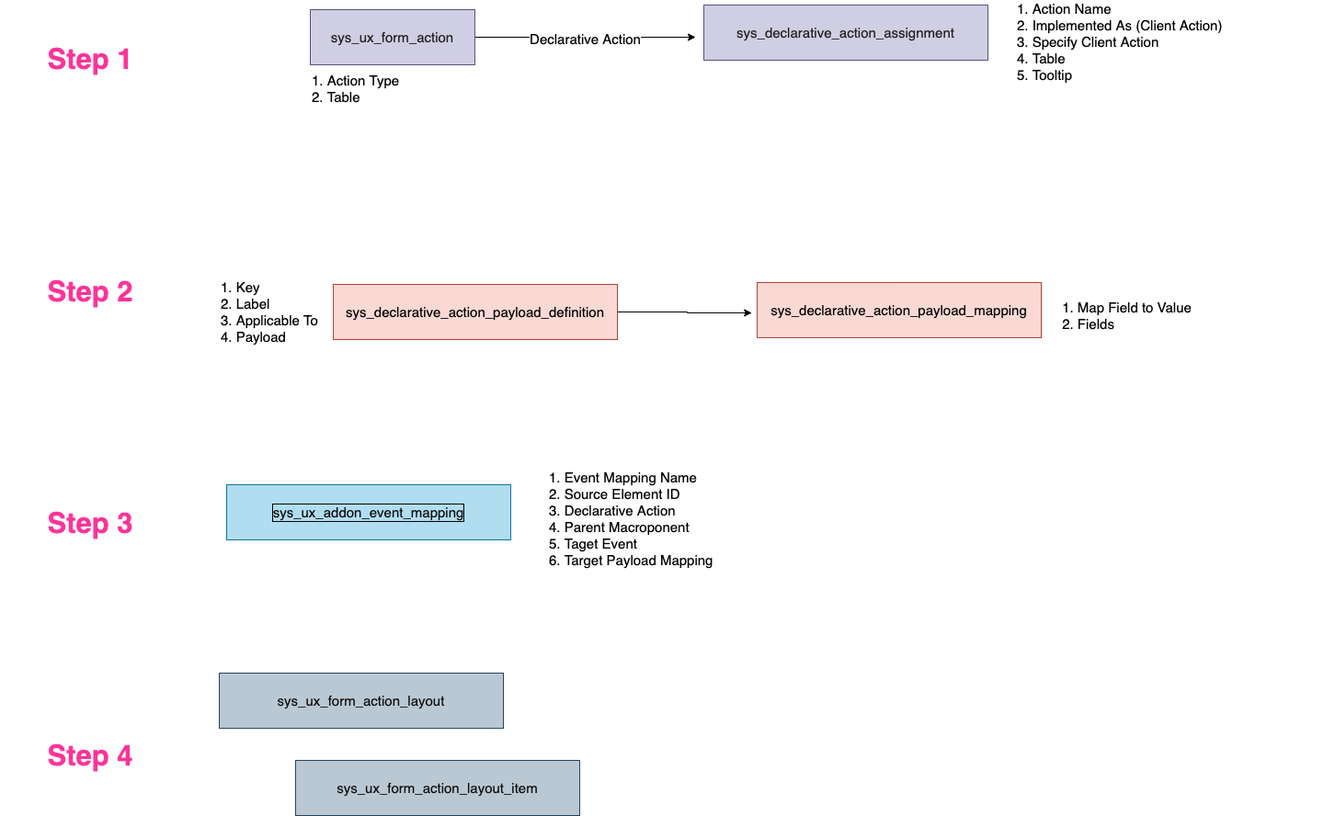
Before: Servicenow/Actions.drawio.png, a diagram exported from draw.io (mukeshsingal/draw.io). Source tidied: cells renumbered, new cells last; positions are measured from the earlier drawing's top-left corner, leaving out a move shared by most shapes.
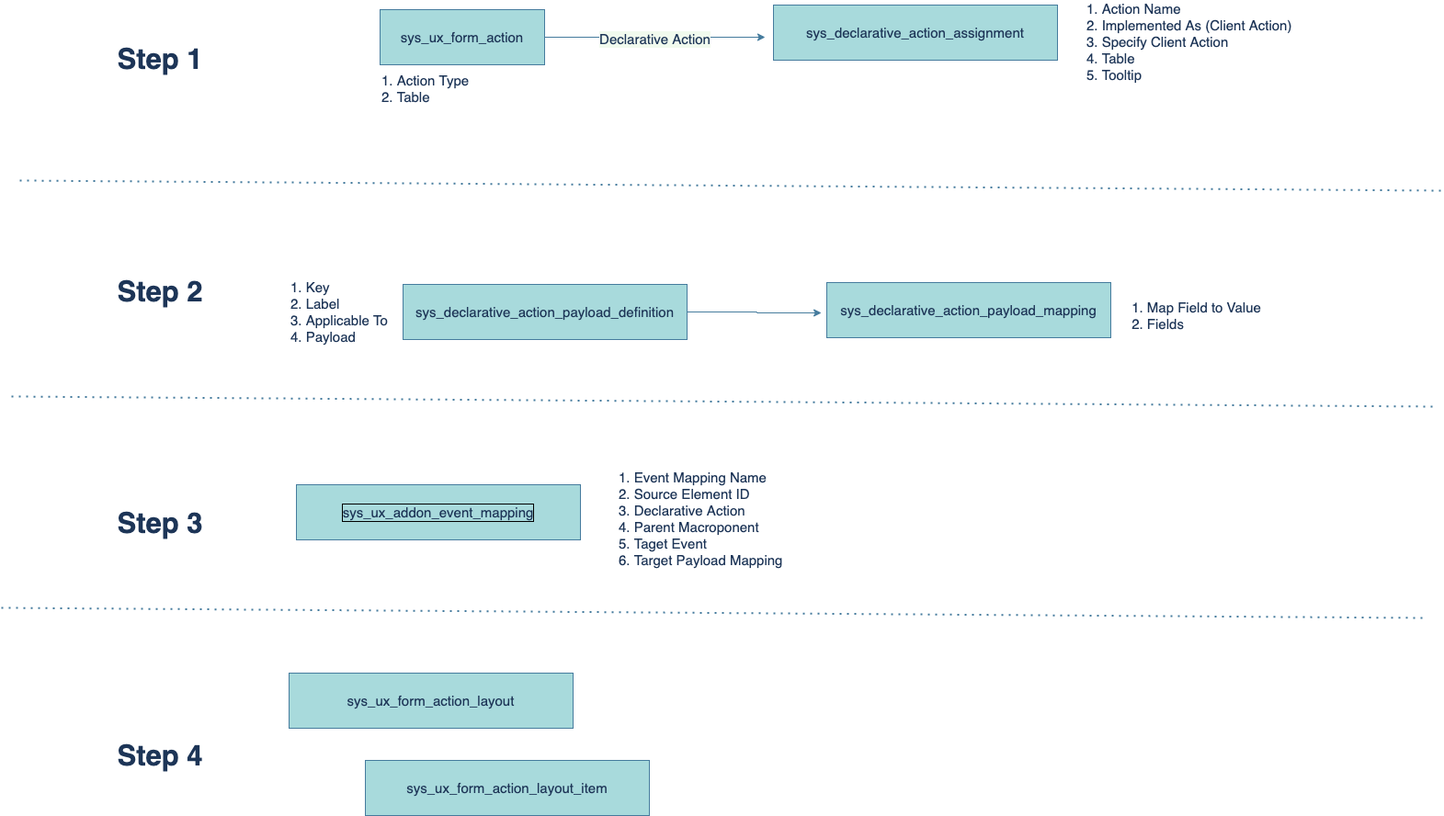
The same file after the commit.

Diff of the diagram source:
```diff
@@ -1,65 +1,83 @@
-<mxGraphModel>
+<mxGraphModel background="#F1FAEE">
   <root>
     <mxCell id="0" />
     <mxCell id="1" parent="0" />
-    <mxCell id="2" style="edgeStyle=orthogonalEdgeStyle;rounded=0;jettySize=auto;html=1;fontSize=15;" parent="1" edge="1" source="4">
+    <mxCell id="2" style="edgeStyle=orthogonalEdgeStyle;rounded=0;jettySize=auto;html=1;fontSize=15;fontColor=#1D3557;labelBorderColor=default;strokeColor=#457B9D;labelBackgroundColor=#F1FAEE;" parent="1" edge="1" source="4">
       <mxGeometry relative="1" as="geometry">
         <mxPoint x="756" y="35" as="targetPoint" />
       </mxGeometry>
     </mxCell>
-    <mxCell id="3" value="Declarative Action" style="edgeLabel;html=1;align=center;verticalAlign=middle;fontSize=15;" parent="2" vertex="1">
+    <mxCell id="3" value="Declarative Action" style="edgeLabel;html=1;align=center;verticalAlign=middle;fontSize=15;fontColor=#1D3557;labelBackgroundColor=#F1FAEE;" parent="2" vertex="1">
       <mxGeometry x="-0.01" y="-1" relative="1" as="geometry" />
     </mxCell>
-    <mxCell id="4" value="sys_ux_form_action" style="rounded=0;whiteSpace=wrap;html=1;fontSize=15;fillColor=#d0cee2;strokeColor=#56517e;fontColor=#1F1F1F;" parent="1" vertex="1">
+    <mxCell id="4" value="sys_ux_form_action" style="rounded=0;whiteSpace=wrap;html=1;fontSize=15;fillColor=#A8DADC;strokeColor=#457B9D;fontColor=#1D3557;" parent="1" vertex="1">
       <mxGeometry x="337" y="5" width="179" height="60" as="geometry" />
     </mxCell>
-    <mxCell id="5" value="sys_declarative_action_assignment" style="rounded=0;whiteSpace=wrap;html=1;fontSize=15;fillColor=#d0cee2;strokeColor=#56517e;fontColor=#1F1F1F;" parent="1" vertex="1">
+    <mxCell id="5" value="sys_declarative_action_assignment" style="rounded=0;whiteSpace=wrap;html=1;fontSize=15;fillColor=#A8DADC;strokeColor=#457B9D;fontColor=#1D3557;" parent="1" vertex="1">
       <mxGeometry x="765" width="309" height="60" as="geometry" />
     </mxCell>
-    <mxCell id="6" value="sys_ux_form_action_layout_item" style="rounded=0;whiteSpace=wrap;html=1;fontSize=15;fillColor=#bac8d3;strokeColor=#23445d;fontColor=#0F0F0F;" parent="1" vertex="1">
+    <mxCell id="6" value="sys_ux_form_action_layout_item" style="rounded=0;whiteSpace=wrap;html=1;fontSize=15;fillColor=#A8DADC;strokeColor=#457B9D;fontColor=#1D3557;" parent="1" vertex="1">
       <mxGeometry x="321" y="822" width="309" height="60" as="geometry" />
     </mxCell>
-    <mxCell id="7" value="sys_ux_addon_event_mapping" style="rounded=0;whiteSpace=wrap;html=1;fontSize=15;fillColor=#b1ddf0;strokeColor=#10739e;fontColor=#0D0D0D;labelBorderColor=default;" parent="1" vertex="1">
+    <mxCell id="7" value="sys_ux_addon_event_mapping" style="rounded=0;whiteSpace=wrap;html=1;fontSize=15;fillColor=#A8DADC;strokeColor=#457B9D;fontColor=#1D3557;labelBorderColor=default;" parent="1" vertex="1">
       <mxGeometry x="246" y="522" width="309" height="60" as="geometry" />
     </mxCell>
-    <mxCell id="8" style="edgeStyle=orthogonalEdgeStyle;rounded=0;jettySize=auto;html=1;entryX=-0.019;entryY=0.55;entryDx=0;entryDy=0;entryPerimeter=0;fontSize=15;" parent="1" edge="1" source="9" target="13">
+    <mxCell id="8" style="edgeStyle=orthogonalEdgeStyle;rounded=0;jettySize=auto;html=1;entryX=-0.019;entryY=0.55;entryDx=0;entryDy=0;entryPerimeter=0;fontSize=15;fontColor=#1D3557;strokeColor=#457B9D;labelBackgroundColor=#F1FAEE;" parent="1" edge="1" source="9" target="13">
       <mxGeometry relative="1" as="geometry" />
     </mxCell>
-    <mxCell id="9" value="sys_declarative_action_payload_definition" style="rounded=0;whiteSpace=wrap;html=1;fontSize=15;fillColor=#fad9d5;strokeColor=#ae4132;fontColor=#030303;" parent="1" vertex="1">
+    <mxCell id="9" value="sys_declarative_action_payload_definition" style="rounded=0;whiteSpace=wrap;html=1;fontSize=15;fillColor=#A8DADC;strokeColor=#457B9D;fontColor=#1D3557;" parent="1" vertex="1">
       <mxGeometry x="362" y="304" width="309" height="60" as="geometry" />
     </mxCell>
-    <mxCell id="10" value="1. Action Type&lt;br&gt;2. Table" style="text;html=1;strokeColor=none;fillColor=none;align=left;verticalAlign=middle;whiteSpace=wrap;rounded=0;fontSize=15;" parent="1" vertex="1">
+    <mxCell id="10" value="1. Action Type&lt;br&gt;2. Table" style="text;html=1;strokeColor=none;fillColor=none;align=left;verticalAlign=middle;whiteSpace=wrap;rounded=0;fontSize=15;fontColor=#1D3557;" parent="1" vertex="1">
       <mxGeometry x="337" y="76" width="123" height="30" as="geometry" />
     </mxCell>
-    <mxCell id="11" value="1. Action Name&lt;br&gt;2. Implemented As (Client Action)&lt;br&gt;3. Specify Client Action&lt;br&gt;4. Table&lt;br&gt;5. Tooltip" style="text;html=1;strokeColor=none;fillColor=none;align=left;verticalAlign=middle;whiteSpace=wrap;rounded=0;fontSize=15;" parent="1" vertex="1">
+    <mxCell id="11" value="1. Action Name&lt;br&gt;2. Implemented As (Client Action)&lt;br&gt;3. Specify Client Action&lt;br&gt;4. Table&lt;br&gt;5. Tooltip" style="text;html=1;strokeColor=none;fillColor=none;align=left;verticalAlign=middle;whiteSpace=wrap;rounded=0;fontSize=15;fontColor=#1D3557;" parent="1" vertex="1">
       <mxGeometry x="1104" y="25" width="335" height="30" as="geometry" />
     </mxCell>
-    <mxCell id="12" value="1. Key&lt;br&gt;2. Label&lt;br&gt;3. Applicable To&lt;br&gt;4. Payload" style="text;html=1;strokeColor=none;fillColor=none;align=left;verticalAlign=middle;whiteSpace=wrap;rounded=0;fontSize=15;" parent="1" vertex="1">
+    <mxCell id="12" value="1. Key&lt;br&gt;2. Label&lt;br&gt;3. Applicable To&lt;br&gt;4. Payload" style="text;html=1;strokeColor=none;fillColor=none;align=left;verticalAlign=middle;whiteSpace=wrap;rounded=0;fontSize=15;fontColor=#1D3557;" parent="1" vertex="1">
       <mxGeometry x="238" y="319" width="335" height="30" as="geometry" />
     </mxCell>
-    <mxCell id="13" value="sys_declarative_action_payload_mapping" style="rounded=0;whiteSpace=wrap;html=1;fontSize=15;fillColor=#fad9d5;strokeColor=#ae4132;fontColor=#030303;" parent="1" vertex="1">
+    <mxCell id="13" value="sys_declarative_action_payload_mapping" style="rounded=0;whiteSpace=wrap;html=1;fontSize=15;fillColor=#A8DADC;strokeColor=#457B9D;fontColor=#1D3557;" parent="1" vertex="1">
       <mxGeometry x="823" y="302" width="309" height="60" as="geometry" />
     </mxCell>
-    <mxCell id="14" value="1. Map Field to Value&lt;br&gt;&lt;div style=&quot;text-align: left;&quot;&gt;&lt;span style=&quot;background-color: initial;&quot;&gt;2. Fields&lt;/span&gt;&lt;/div&gt;" style="text;html=1;align=center;verticalAlign=middle;strokeColor=none;fillColor=none;fontSize=15;" parent="1" vertex="1">
+    <mxCell id="14" value="1. Map Field to Value&lt;br&gt;&lt;div style=&quot;text-align: left;&quot;&gt;&lt;span style=&quot;background-color: initial;&quot;&gt;2. Fields&lt;/span&gt;&lt;/div&gt;" style="text;html=1;align=center;verticalAlign=middle;strokeColor=none;fillColor=none;fontSize=15;fontColor=#1D3557;" parent="1" vertex="1">
       <mxGeometry x="1145" y="314" width="159" height="48" as="geometry" />
     </mxCell>
-    <mxCell id="15" value="1. Event Mapping Name&lt;br&gt;2. Source Element ID&lt;br&gt;3. Declarative Action&lt;br&gt;4. Parent Macroponent&lt;br&gt;5. Taget Event&lt;br&gt;6. Target Payload Mapping" style="text;html=1;strokeColor=none;fillColor=none;align=left;verticalAlign=middle;whiteSpace=wrap;rounded=0;fontSize=15;" parent="1" vertex="1">
+    <mxCell id="15" value="1. Event Mapping Name&lt;br&gt;2. Source Element ID&lt;br&gt;3. Declarative Action&lt;br&gt;4. Parent Macroponent&lt;br&gt;5. Taget Event&lt;br&gt;6. Target Payload Mapping" style="text;html=1;strokeColor=none;fillColor=none;align=left;verticalAlign=middle;whiteSpace=wrap;rounded=0;fontSize=15;fontColor=#1D3557;" parent="1" vertex="1">
       <mxGeometry x="595" y="544" width="335" height="30" as="geometry" />
     </mxCell>
-    <mxCell id="16" value="sys_ux_form_action_layout" style="rounded=0;whiteSpace=wrap;html=1;fontSize=15;fillColor=#bac8d3;strokeColor=#23445d;fontColor=#0F0F0F;" parent="1" vertex="1">
+    <mxCell id="16" value="sys_ux_form_action_layout" style="rounded=0;whiteSpace=wrap;html=1;fontSize=15;fillColor=#A8DADC;strokeColor=#457B9D;fontColor=#1D3557;" parent="1" vertex="1">
       <mxGeometry x="238" y="727" width="309" height="60" as="geometry" />
     </mxCell>
-    <mxCell id="17" value="Step 1" style="text;html=1;strokeColor=none;fillColor=none;align=center;verticalAlign=middle;whiteSpace=wrap;rounded=0;labelBorderColor=none;fontSize=31;fontColor=#FF3399;fontStyle=1;flipV=1;" parent="1" vertex="1">
+    <mxCell id="17" value="Step 1" style="text;html=1;strokeColor=none;fillColor=none;align=center;verticalAlign=middle;whiteSpace=wrap;rounded=0;labelBorderColor=none;fontSize=31;fontColor=#1D3557;fontStyle=1;flipV=1;" parent="1" vertex="1">
       <mxGeometry y="44" width="196" height="30" as="geometry" />
     </mxCell>
-    <mxCell id="18" value="Step 2" style="text;html=1;strokeColor=none;fillColor=none;align=center;verticalAlign=middle;whiteSpace=wrap;rounded=0;labelBorderColor=none;fontSize=31;fontColor=#FF3399;fontStyle=1;flipV=1;" parent="1" vertex="1">
+    <mxCell id="18" value="Step 2" style="text;html=1;strokeColor=none;fillColor=none;align=center;verticalAlign=middle;whiteSpace=wrap;rounded=0;labelBorderColor=none;fontSize=31;fontColor=#1D3557;fontStyle=1;flipV=1;" parent="1" vertex="1">
       <mxGeometry y="297" width="196" height="30" as="geometry" />
     </mxCell>
-    <mxCell id="19" value="Step 3" style="text;html=1;strokeColor=none;fillColor=none;align=center;verticalAlign=middle;whiteSpace=wrap;rounded=0;labelBorderColor=none;fontSize=31;fontColor=#FF3399;fontStyle=1;flipV=1;" parent="1" vertex="1">
+    <mxCell id="19" value="Step 3" style="text;html=1;strokeColor=none;fillColor=none;align=center;verticalAlign=middle;whiteSpace=wrap;rounded=0;labelBorderColor=none;fontSize=31;fontColor=#1D3557;fontStyle=1;flipV=1;" parent="1" vertex="1">
       <mxGeometry y="549" width="196" height="30" as="geometry" />
     </mxCell>
-    <mxCell id="20" value="Step 4" style="text;html=1;strokeColor=none;fillColor=none;align=center;verticalAlign=middle;whiteSpace=wrap;rounded=0;labelBorderColor=none;fontSize=31;fontColor=#FF3399;fontStyle=1;flipV=1;" parent="1" vertex="1">
+    <mxCell id="20" value="Step 4" style="text;html=1;strokeColor=none;fillColor=none;align=center;verticalAlign=middle;whiteSpace=wrap;rounded=0;labelBorderColor=none;fontSize=31;fontColor=#1D3557;fontStyle=1;flipV=1;" parent="1" vertex="1">
       <mxGeometry y="802" width="196" height="30" as="geometry" />
     </mxCell>
+    <mxCell id="21" style="endArrow=none;dashed=1;html=1;dashPattern=1 3;strokeWidth=2;rounded=0;labelBorderColor=#757575;fontSize=31;fontColor=#1D3557;strokeColor=#457B9D;labelBackgroundColor=#F1FAEE;" parent="1" edge="1">
+      <mxGeometry relative="1" as="geometry">
+        <mxPoint x="-64" y="426" as="sourcePoint" />
+        <mxPoint x="1484" y="437" as="targetPoint" />
+      </mxGeometry>
+    </mxCell>
+    <mxCell id="22" style="endArrow=none;dashed=1;html=1;dashPattern=1 3;strokeWidth=2;rounded=0;labelBorderColor=#757575;fontSize=31;fontColor=#1D3557;strokeColor=#457B9D;labelBackgroundColor=#F1FAEE;" parent="1" edge="1">
+      <mxGeometry relative="1" as="geometry">
+        <mxPoint x="-55" y="191" as="sourcePoint" />
+        <mxPoint x="1493" y="202" as="targetPoint" />
+      </mxGeometry>
+    </mxCell>
+    <mxCell id="23" style="endArrow=none;dashed=1;html=1;dashPattern=1 3;strokeWidth=2;rounded=0;labelBorderColor=#757575;fontSize=31;fontColor=#1D3557;strokeColor=#457B9D;labelBackgroundColor=#F1FAEE;" parent="1" edge="1">
+      <mxGeometry relative="1" as="geometry">
+        <mxPoint x="-75" y="656" as="sourcePoint" />
+        <mxPoint x="1473" y="667" as="targetPoint" />
+      </mxGeometry>
+    </mxCell>
   </root>
 </mxGraphModel>
```
